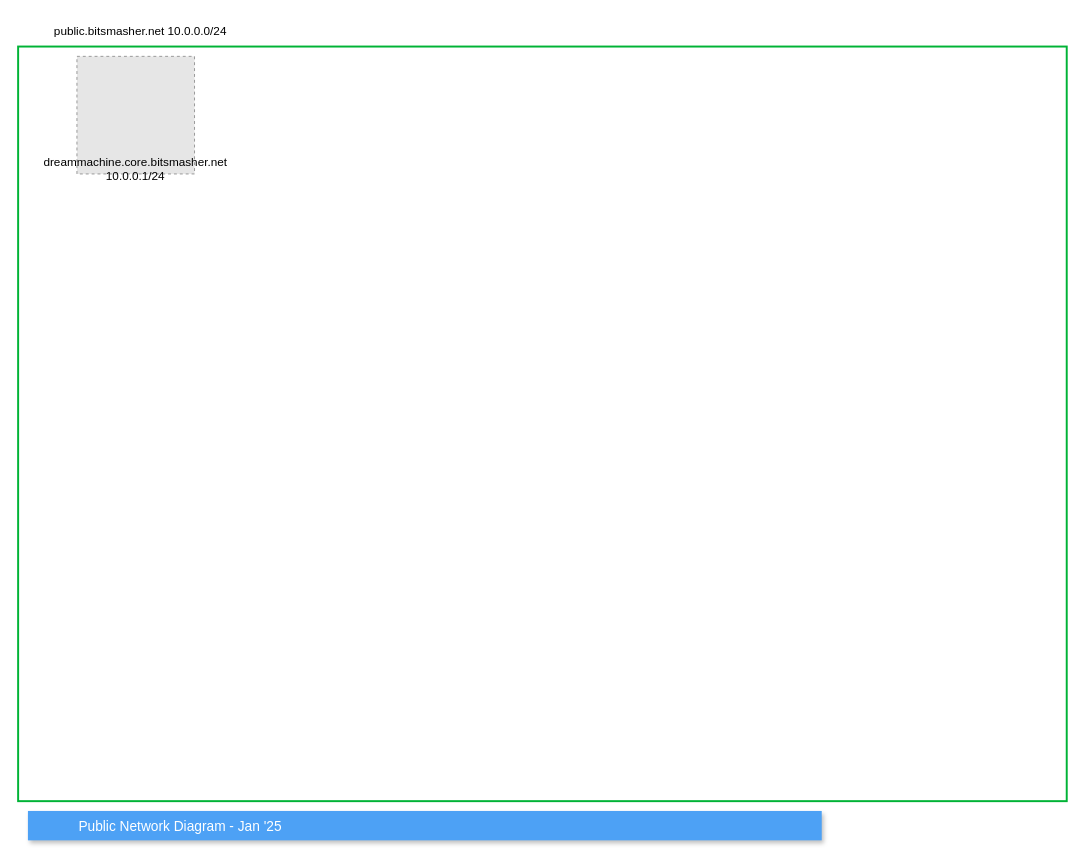
Above: page "public" (4 of 4) of ansible/collections/ansible_collections/lab/franklin/roles/documentation/files/drawings/lab_2024.drawio in devsecfranklin/franklin-resume (draw.io), before the change. Source tidied: cells renumbered, new cells numbered last; positions are measured from the earlier drawing's top-left corner, leaving out a move shared by most shapes. Both pictures are drawn from the tidied source at 98%, with x=0, y=0 at pixel (18, 17). Pictures stored in the file or linked from it are replaced by grey dashed boxes.
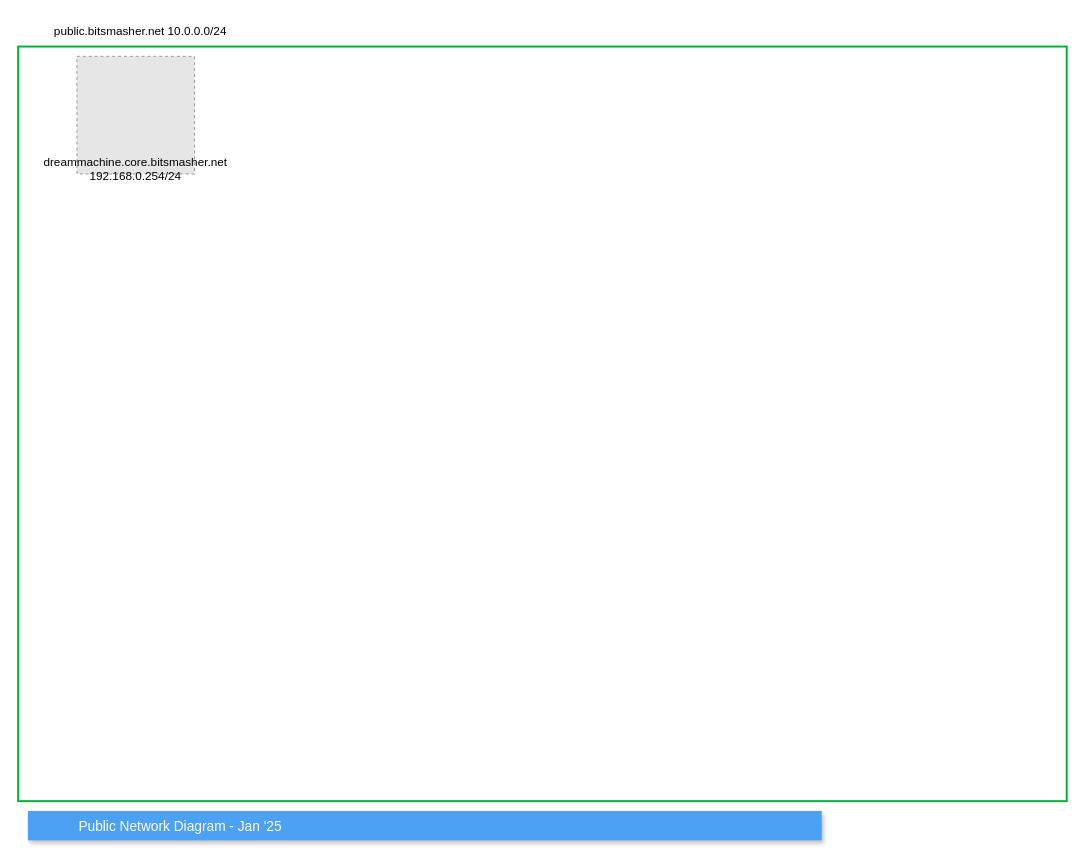
The same page after the edit.

Diff of the diagram source:
```diff
@@
 <mxGraphModel>
   <root>
     <mxCell id="0" />
     <mxCell id="1" parent="0" />
     <mxCell id="2" value="Public Network Diagram - Jan '25 " style="fillColor=#4DA1F5;strokeColor=none;shadow=1;gradientColor=none;fontSize=14;align=left;spacingLeft=50;fontColor=#ffffff;" parent="1" vertex="1">
       <mxGeometry x="10" y="810" width="810" height="30" as="geometry" />
     </mxCell>
     <mxCell id="3" style="rounded=0;whiteSpace=wrap;html=1;fillColor=none;strokeColor=#00B336;strokeWidth=2;" parent="1" vertex="1">
       <mxGeometry y="30" width="1070" height="770" as="geometry" />
     </mxCell>
     <mxCell id="4" value="public.bitsmasher.net 10.0.0.0/24" style="text;html=1;strokeColor=none;fillColor=none;align=center;verticalAlign=middle;whiteSpace=wrap;rounded=0;" parent="1" vertex="1">
       <mxGeometry width="250" height="30" as="geometry" />
     </mxCell>
     <mxCell id="5" parent="0" />
     <mxCell id="6" style="group;" parent="5" vertex="1">
       <mxGeometry x="20" y="40" width="200" height="130" as="geometry" />
     </mxCell>
     <mxCell id="7" style="fillColor=#E6E6E6;strokeColor=#999999;dashed=1;" parent="6" vertex="1">
       <mxGeometry x="40" width="120" height="120" as="geometry" />
     </mxCell>
-    <mxCell id="8" value="dreammachine.core.bitsmasher.net&lt;br&gt;10.0.0.1/24" style="text;html=1;strokeColor=none;fillColor=none;align=center;verticalAlign=middle;whiteSpace=wrap;rounded=0;" parent="6" vertex="1">
+    <mxCell id="8" value="dreammachine.core.bitsmasher.net&lt;br&gt;192.168.0.254/24" style="text;html=1;strokeColor=none;fillColor=none;align=center;verticalAlign=middle;whiteSpace=wrap;rounded=0;" parent="6" vertex="1">
       <mxGeometry y="100" width="200" height="30" as="geometry" />
     </mxCell>
   </root>
 </mxGraphModel>
```
